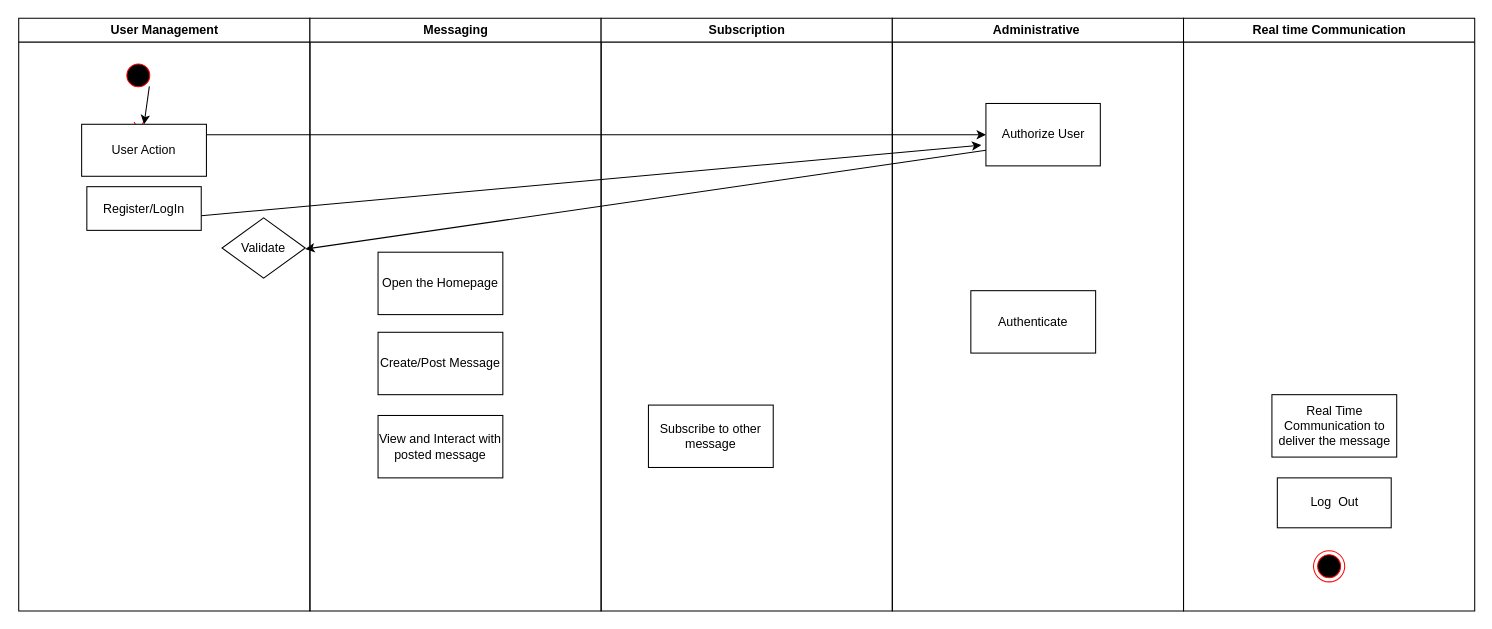
This is activity.drawio from ericaAnna/ericaAnna, a draw.io file, before an edit. Source tidied: cells renumbered, new cells numbered last; positions are measured from the earlier drawing's top-left corner, leaving out a move shared by most shapes. Both pictures are drawn from the tidied source at 104%, with x=0, y=0 at pixel (18, 18).
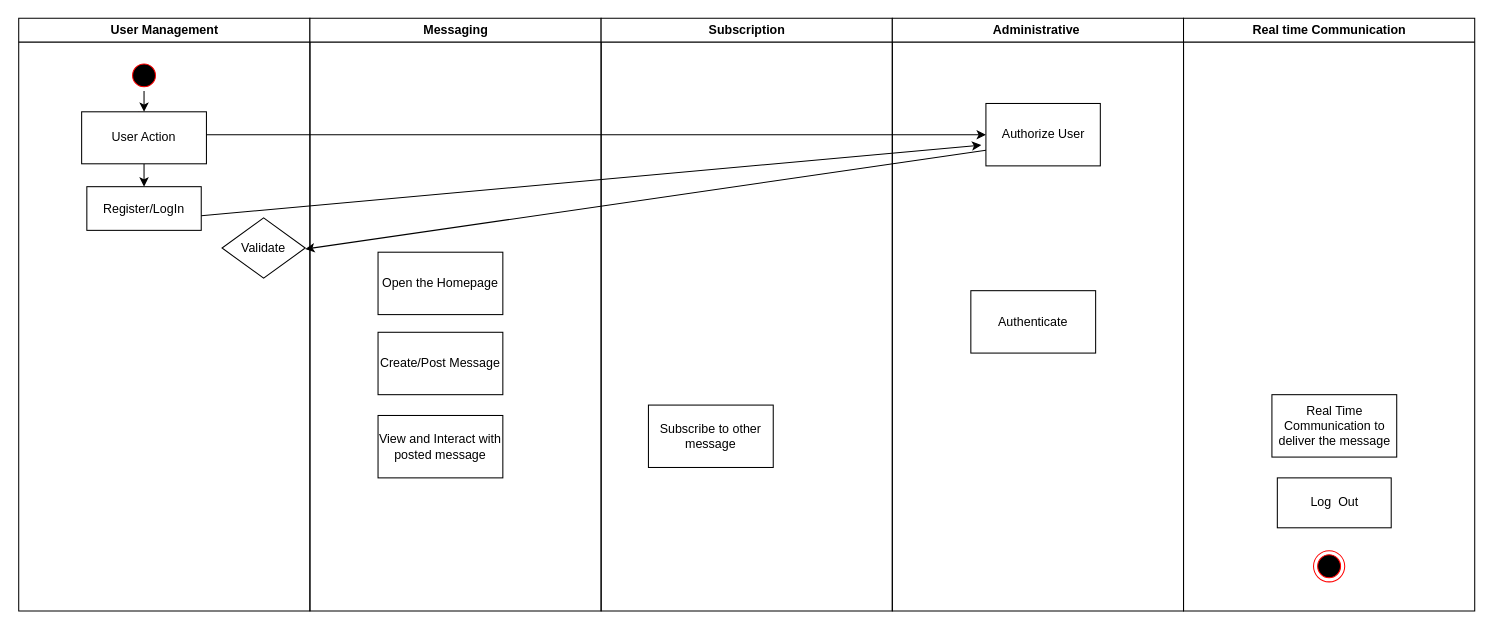
The same page after the edit.

The change refers to these unchanged cells:
```xml
<mxCell id="2" value="User Management" style="swimlane;whiteSpace=wrap;startSize=23;" parent="1" vertex="1">
  <mxGeometry x="0.5" width="280" height="570" as="geometry" />
</mxCell>
<mxCell id="5" value="Register/LogIn" parent="2" vertex="1">
  <mxGeometry x="65.5" y="162" width="110" height="42" as="geometry" />
</mxCell>
```

Diff of the diagram source:
```diff
@@
     <mxCell id="3" style="ellipse;shape=startState;fillColor=#000000;strokeColor=#ff0000;" parent="2" vertex="1">
-      <mxGeometry x="100" y="40" width="30" height="30" as="geometry" />
+      <mxGeometry x="105.5" y="40" width="30" height="30" as="geometry" />
     </mxCell>
@@
+    <mxCell id="25" style="edgeStyle=orthogonalEdgeStyle;rounded=0;jettySize=auto;html=1;exitX=0.5;exitY=1;exitDx=0;exitDy=0;entryX=0.5;entryY=0;entryDx=0;entryDy=0;" parent="2" edge="1" source="6" target="5">
+      <mxGeometry relative="1" as="geometry" />
+    </mxCell>
     <mxCell id="6" value="User Action" style="rounded=0;whiteSpace=wrap;html=1;" parent="2" vertex="1">
-      <mxGeometry x="60.5" y="102" width="120" height="50" as="geometry" />
+      <mxGeometry x="60.5" y="90" width="120" height="50" as="geometry" />
     </mxCell>
@@
-    <mxCell id="9" style="endArrow=classic;html=1;rounded=0;exitX=1;exitY=1;exitDx=0;exitDy=0;entryX=0.5;entryY=0;entryDx=0;entryDy=0;" parent="2" edge="1" source="3" target="6">
+    <mxCell id="9" style="endArrow=classic;html=1;rounded=0;exitX=0.5;exitY=1;exitDx=0;exitDy=0;" parent="2" edge="1" source="3" target="6">
       <mxGeometry relative="1" as="geometry" />
     </mxCell>
```
